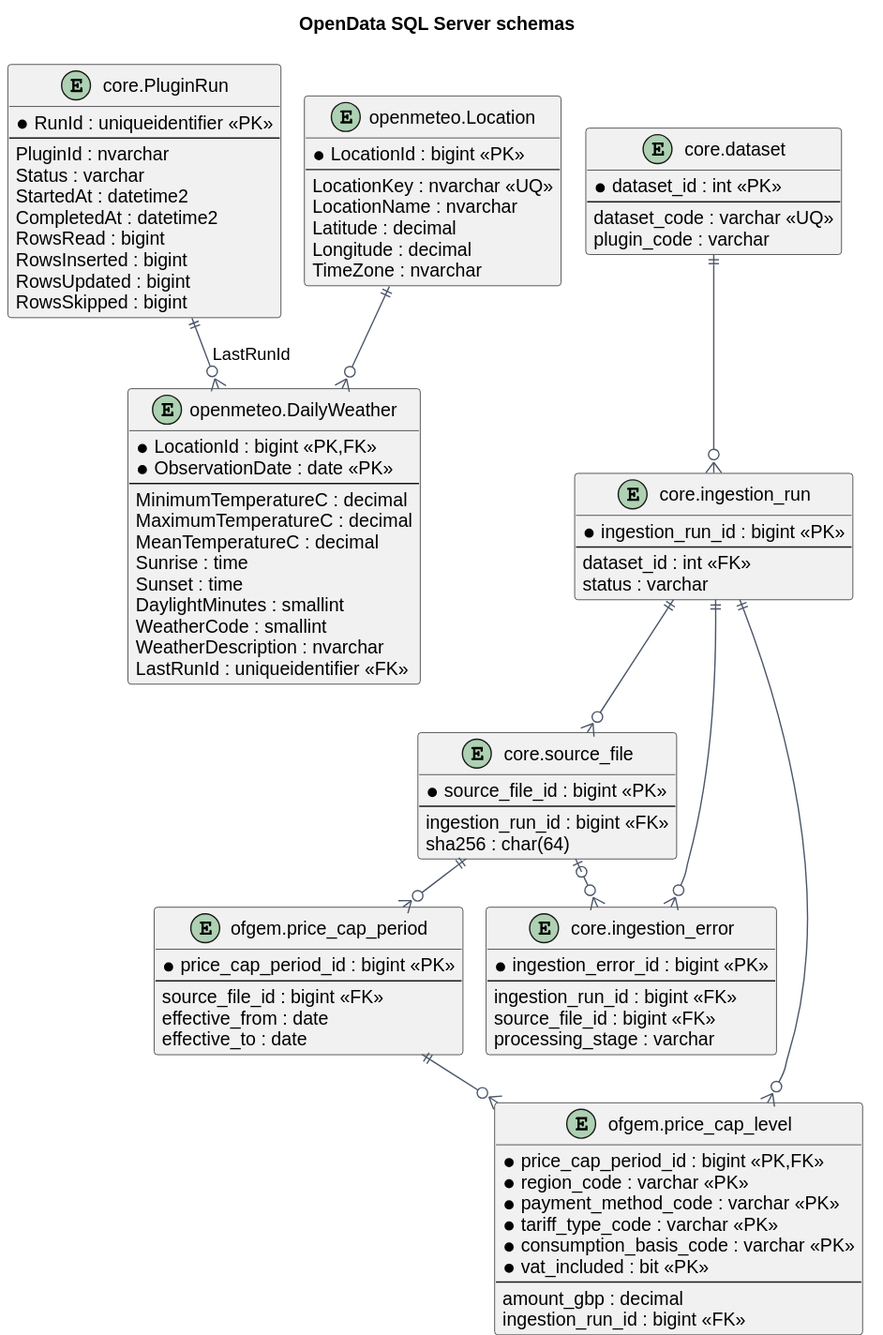
This is docs/diagrams/generated/opendata-database.svg from TerryCurranZellis/OpenData, a PlantUML export, as it was before one commit. Its source is kept beside it as docs/diagrams/source/opendata-database.puml. The source it was exported from:
```plantuml
@startuml
!pragma layout smetana
skinparam shadowing false
skinparam defaultFontName Arial
skinparam linetype ortho
skinparam ArrowColor #4A5568
skinparam BorderColor #4A5568
skinparam BackgroundColor white
title OpenData SQL Server schemas

entity "core.PluginRun" as PluginRun {
  * RunId : uniqueidentifier <<PK>>
  --
  PluginId : nvarchar
  Status : varchar
  StartedAt : datetime2
  CompletedAt : datetime2
  RowsRead : bigint
  RowsInserted : bigint
  RowsUpdated : bigint
  RowsSkipped : bigint
}

entity "openmeteo.Location" as Location {
  * LocationId : bigint <<PK>>
  --
  LocationKey : nvarchar <<UQ>>
  LocationName : nvarchar
  Latitude : decimal
  Longitude : decimal
  TimeZone : nvarchar
}

entity "openmeteo.DailyWeather" as Weather {
  * LocationId : bigint <<PK,FK>>
  * ObservationDate : date <<PK>>
  --
  MinimumTemperatureC : decimal
  MaximumTemperatureC : decimal
  MeanTemperatureC : decimal
  Sunrise : time
  Sunset : time
  DaylightMinutes : smallint
  WeatherCode : smallint
  WeatherDescription : nvarchar
  LastRunId : uniqueidentifier <<FK>>
}

entity "core.dataset" as Dataset {
  * dataset_id : int <<PK>>
  --
  dataset_code : varchar <<UQ>>
  plugin_code : varchar
}

entity "core.ingestion_run" as IngestionRun {
  * ingestion_run_id : bigint <<PK>>
  --
  dataset_id : int <<FK>>
  status : varchar
}

entity "core.source_file" as SourceFile {
  * source_file_id : bigint <<PK>>
  --
  ingestion_run_id : bigint <<FK>>
  sha256 : char(64)
}

entity "core.ingestion_error" as IngestionError {
  * ingestion_error_id : bigint <<PK>>
  --
  ingestion_run_id : bigint <<FK>>
  source_file_id : bigint <<FK>>
  processing_stage : varchar
}

entity "ofgem.price_cap_period" as Period {
  * price_cap_period_id : bigint <<PK>>
  --
  source_file_id : bigint <<FK>>
  effective_from : date
  effective_to : date
}

entity "ofgem.price_cap_level" as Level {
  * price_cap_period_id : bigint <<PK,FK>>
  * region_code : varchar <<PK>>
  * payment_method_code : varchar <<PK>>
  * tariff_type_code : varchar <<PK>>
  * consumption_basis_code : varchar <<PK>>
  * vat_included : bit <<PK>>
  --
  amount_gbp : decimal
  ingestion_run_id : bigint <<FK>>
}

Location ||--o{ Weather
PluginRun ||--o{ Weather : LastRunId
Dataset ||--o{ IngestionRun
IngestionRun ||--o{ SourceFile
IngestionRun ||--o{ IngestionError
SourceFile |o--o{ IngestionError
SourceFile ||--o{ Period
Period ||--o{ Level
IngestionRun ||--o{ Level
@enduml
```
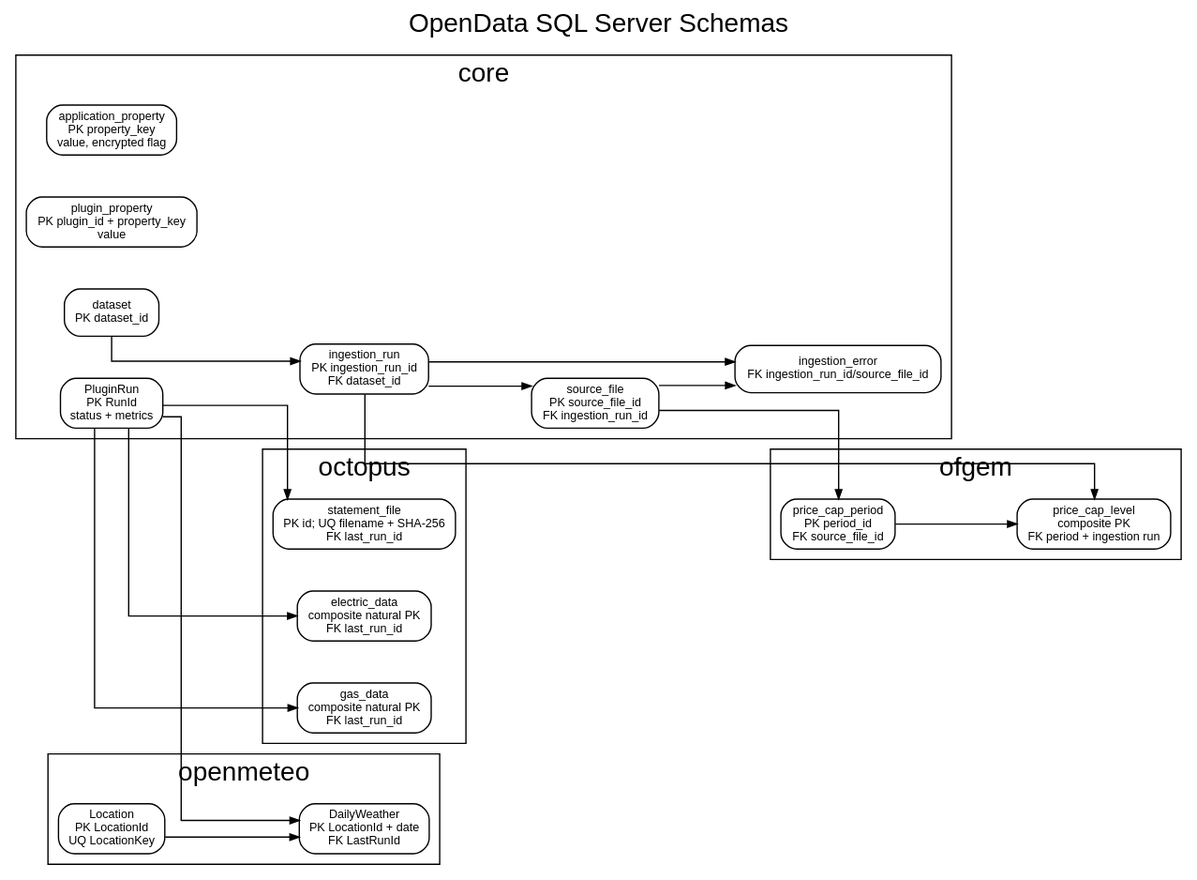
Above is the later version.

Diff of the diagram source:
```diff
@@ -7,6 +7,22 @@
 skinparam BorderColor #4A5568
 skinparam BackgroundColor white
 title OpenData SQL Server schemas
+
+entity "core.application_property" as ApplicationProperty {
+  * property_key : varchar(200) <<PK>>
+  --
+  property_value : nvarchar(max)
+  is_encrypted : bit
+  updated_at : datetime2
+}
+
+entity "core.plugin_property" as PluginProperty {
+  * plugin_id : varchar(100) <<PK>>
+  * property_key : varchar(200) <<PK>>
+  --
+  property_value : nvarchar(max)
+  updated_at : datetime2
+}
 
 entity "core.PluginRun" as PluginRun {
   * RunId : uniqueidentifier <<PK>>
@@ -95,6 +111,47 @@
   ingestion_run_id : bigint <<FK>>
 }
 
+entity "octopus.statement_file" as StatementFile {
+  * statement_file_id : bigint <<PK>>
+  --
+  file_name : nvarchar
+  sha256 : char(64)
+  statement_date : date
+  status : varchar
+  last_run_id : uniqueidentifier <<FK>>
+}
+
+entity "octopus.electric_data" as ElectricData {
+  * bill_date : date <<PK>>
+  * tariff_period_start : date <<PK>>
+  * tariff_period_end : date <<PK>>
+  * tariff_name : nvarchar <<PK>>
+  * mpan : varchar <<PK>>
+  * meter_id : varchar <<PK>>
+  * start_reading_date : date <<PK>>
+  * end_reading_date : date <<PK>>
+  --
+  energy_used_kwh : decimal
+  total_cost_gbp : decimal
+  last_run_id : uniqueidentifier <<FK>>
+}
+
+entity "octopus.gas_data" as GasData {
+  * bill_date : date <<PK>>
+  * tariff_period_start : date <<PK>>
+  * tariff_period_end : date <<PK>>
+  * tariff_name : nvarchar <<PK>>
+  * mprn : varchar <<PK>>
+  * meter_id : varchar <<PK>>
+  * start_reading_date : date <<PK>>
+  * end_reading_date : date <<PK>>
+  --
+  consumption_m3 : decimal
+  energy_used_kwh : decimal
+  total_cost_gbp : decimal
+  last_run_id : uniqueidentifier <<FK>>
+}
+
 Location ||--o{ Weather
 PluginRun ||--o{ Weather : LastRunId
 Dataset ||--o{ IngestionRun
@@ -104,4 +161,19 @@
 SourceFile ||--o{ Period
 Period ||--o{ Level
 IngestionRun ||--o{ Level
+PluginRun ||--o{ StatementFile : last_run_id
+PluginRun ||--o{ ElectricData : last_run_id
+PluginRun ||--o{ GasData : last_run_id
+note right of ApplicationProperty
+Registered application settings;
+password row may be encrypted.
+end note
+note right of PluginProperty
+Registered definitions and
+properties by plugin id.
+end note
+note right of StatementFile
+Unique (file_name, sha256)
+completed-file ledger.
+end note
 @enduml
```
